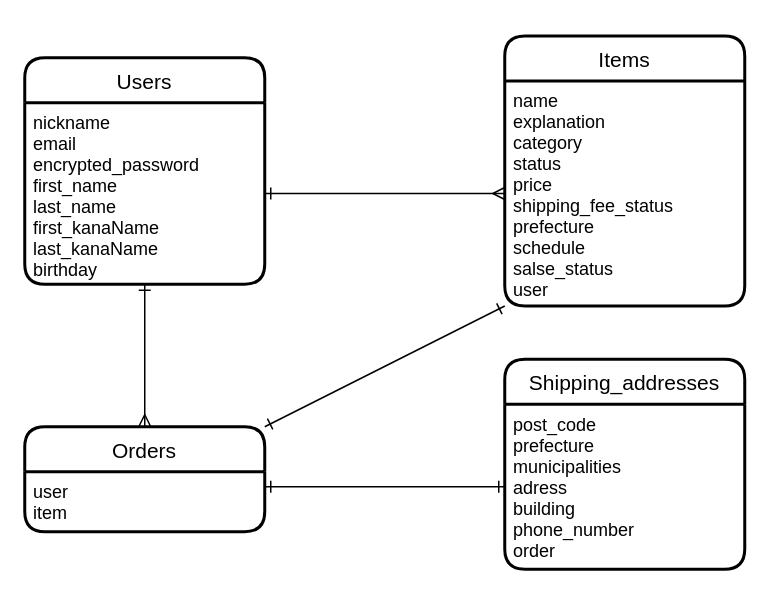
kitapiku/furima-39646 keeps this draw.io diagram as ERD.dio. Above is the earlier version. Source tidied: cells renumbered, new cells numbered last; positions are measured from the earlier drawing's top-left corner, leaving out a move shared by most shapes. Both pictures are drawn from the tidied source at 150%, with x=0, y=0 at pixel (24, 34).
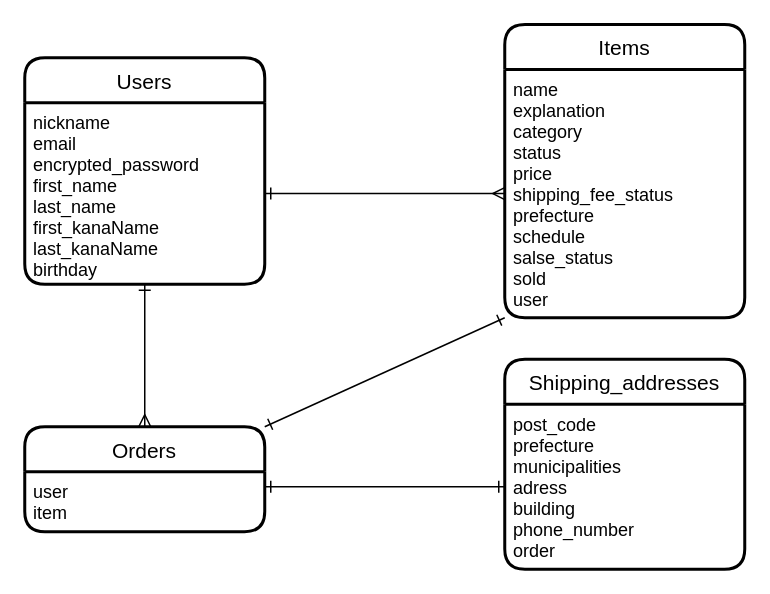
The same page after the edit.

What changed in the source:
```diff
@@
 <mxGraphModel>
   <root>
     <mxCell id="0" />
     <mxCell id="1" parent="0" />
     <mxCell id="2" value="Users" style="swimlane;horizontal=1;startSize=30;rounded=1;fontSize=14;fontStyle=0;strokeWidth=2;shadow=0;dashed=0;align=center;" parent="1" vertex="1">
       <mxGeometry y="15" width="160" height="151" as="geometry" />
     </mxCell>
     <mxCell id="3" value="nickname&#10;email&#10;encrypted_password&#10;first_name&#10;last_name&#10;first_kanaName&#10;last_kanaName&#10;birthday" style="align=left;strokeColor=none;fillColor=none;spacingLeft=4;fontSize=12;verticalAlign=top;" parent="2" vertex="1">
       <mxGeometry y="30" width="160" height="121" as="geometry" />
     </mxCell>
     <mxCell id="4" value="Items" style="swimlane;horizontal=1;startSize=30;rounded=1;fontSize=14;fontStyle=0;strokeWidth=2;shadow=0;dashed=0;align=center;" parent="1" vertex="1">
-      <mxGeometry x="320" y="0.5" width="160" height="180" as="geometry" />
+      <mxGeometry x="320" y="-7.2" width="160" height="195.5" as="geometry" />
     </mxCell>
-    <mxCell id="5" value="name&#10;explanation&#10;category&#10;status&#10;price&#10;shipping_fee_status&#10;prefecture&#10;schedule&#10;salse_status&#10;user" style="align=left;strokeColor=none;fillColor=none;spacingLeft=4;fontSize=12;verticalAlign=top;" parent="4" vertex="1">
-      <mxGeometry y="30" width="160" height="150" as="geometry" />
+    <mxCell id="5" value="name&#10;explanation&#10;category&#10;status&#10;price&#10;shipping_fee_status&#10;prefecture&#10;schedule&#10;salse_status&#10;sold&#10;user" style="align=left;strokeColor=none;fillColor=none;spacingLeft=4;fontSize=12;verticalAlign=top;" parent="4" vertex="1">
+      <mxGeometry y="30" width="160" height="165.5" as="geometry" />
     </mxCell>
     <mxCell id="6" value="Shipping_addresses" style="swimlane;horizontal=1;startSize=30;rounded=1;fontSize=14;fontStyle=0;strokeWidth=2;shadow=0;dashed=0;align=center;" parent="1" vertex="1">
       <mxGeometry x="320" y="216" width="160" height="140" as="geometry" />
     </mxCell>
     <mxCell id="7" value="post_code&#10;prefecture&#10;municipalities&#10;adress&#10;building&#10;phone_number&#10;order" style="align=left;strokeColor=none;fillColor=none;spacingLeft=4;fontSize=12;verticalAlign=top;" parent="6" vertex="1">
       <mxGeometry y="30" width="160" height="110" as="geometry" />
     </mxCell>
     <mxCell id="8" value="Orders" style="swimlane;horizontal=1;startSize=30;rounded=1;fontSize=14;fontStyle=0;strokeWidth=2;shadow=0;dashed=0;align=center;" parent="1" vertex="1">
       <mxGeometry y="261" width="160" height="70" as="geometry" />
     </mxCell>
     <mxCell id="9" value="user&#10;item" style="align=left;strokeColor=none;fillColor=none;spacingLeft=4;fontSize=12;verticalAlign=top;" parent="8" vertex="1">
       <mxGeometry y="30" width="160" height="40" as="geometry" />
     </mxCell>
     <mxCell id="10" style="edgeStyle=entityRelationEdgeStyle;fontSize=12;html=1;endArrow=ERmany;startArrow=ERone;exitX=1;exitY=0.5;exitDx=0;exitDy=0;entryX=0;entryY=0.5;entryDx=0;entryDy=0;startFill=0;endFill=0;" parent="1" edge="1" source="3" target="5">
       <mxGeometry relative="1" as="geometry" />
     </mxCell>
     <mxCell id="11" style="edgeStyle=none;html=1;exitX=0.5;exitY=1;exitDx=0;exitDy=0;entryX=0.5;entryY=0;entryDx=0;entryDy=0;startArrow=ERone;startFill=0;endArrow=ERmany;endFill=0;" parent="1" edge="1" source="3" target="8">
       <mxGeometry relative="1" as="geometry" />
     </mxCell>
     <mxCell id="12" style="edgeStyle=none;html=1;exitX=1;exitY=0.25;exitDx=0;exitDy=0;entryX=0;entryY=0.5;entryDx=0;entryDy=0;startArrow=ERone;startFill=0;endArrow=ERone;endFill=0;" parent="1" edge="1" source="9" target="7">
       <mxGeometry relative="1" as="geometry" />
     </mxCell>
     <mxCell id="13" style="edgeStyle=none;html=1;exitX=0;exitY=1;exitDx=0;exitDy=0;entryX=1;entryY=0;entryDx=0;entryDy=0;startArrow=ERone;startFill=0;endArrow=ERone;endFill=0;" parent="1" edge="1" source="5" target="8">
       <mxGeometry relative="1" as="geometry" />
     </mxCell>
   </root>
 </mxGraphModel>
```
